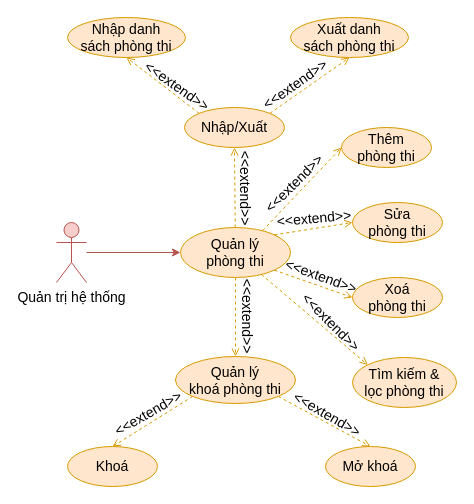
This is document/temp/draw/usecase_phanra/usecase_quanlyphongthi.drawio from copecute/Edudex-Quiz, a draw.io file, before an edit. Source tidied: cells renumbered, new cells numbered last; positions are measured from the earlier drawing's top-left corner, leaving out a move shared by most shapes. Both pictures are drawn from the tidied source at 100%, with x=0, y=0 at pixel (56, 17).
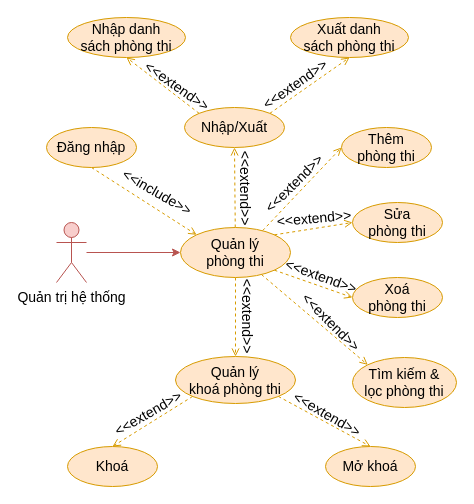
The same page after the edit.

Unchanged cells that the change refers to:
```xml
<mxCell id="5" value="Quản lý&lt;br&gt;phòng thi" style="ellipse;whiteSpace=wrap;html=1;fillColor=#ffe6cc;strokeColor=#d79b00;fontSize=14;" parent="1" vertex="1">
  <mxGeometry x="124" y="210" width="110" height="50" as="geometry" />
</mxCell>
```

Diff of the diagram source:
```diff
@@
+    <mxCell id="35" style="rounded=0;jettySize=auto;html=1;exitX=0.5;exitY=1;exitDx=0;exitDy=0;entryX=0;entryY=0;entryDx=0;entryDy=0;fillColor=#ffe6cc;strokeColor=#d79b00;endArrow=open;endFill=0;dashed=1;" parent="1" edge="1" source="36" target="5">
+      <mxGeometry relative="1" as="geometry" />
+    </mxCell>
+    <mxCell id="36" value="Đăng nhập" style="ellipse;whiteSpace=wrap;html=1;fillColor=#ffe6cc;strokeColor=#d79b00;fontSize=14;" parent="1" vertex="1">
+      <mxGeometry x="-10" y="110" width="90" height="40" as="geometry" />
+    </mxCell>
+    <mxCell id="37" value="&lt;font&gt;&amp;lt;&amp;lt;include&amp;gt;&amp;gt;&lt;/font&gt;" style="text;html=1;strokeColor=none;fillColor=none;align=center;verticalAlign=middle;whiteSpace=wrap;rounded=0;rotation=30;fontSize=14;" parent="1" vertex="1">
+      <mxGeometry x="71" y="160" width="60" height="30" as="geometry" />
+    </mxCell>
```
